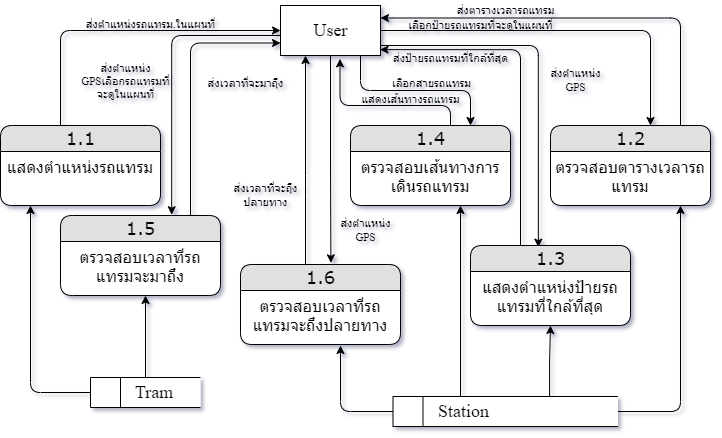
The draw.io diagram Software_analysis/data_flow-1.drawio.png in Domineice/Tram_tracking_draft, before a commit. Source tidied: cells renumbered, new cells last; positions are measured from the earlier drawing's top-left corner, leaving out a move shared by most shapes. Its diagram source:
```xml
<mxGraphModel>
  <root>
    <mxCell id="0" />
    <mxCell id="1" parent="0" />
    <mxCell id="2" style="edgeStyle=orthogonalEdgeStyle;rounded=1;jettySize=auto;html=1;entryX=0.625;entryY=0;entryDx=0;entryDy=0;entryPerimeter=0;fontFamily=Times New Roman;fontSize=14;" parent="1" edge="1" source="7" target="20">
      <mxGeometry relative="1" as="geometry" />
    </mxCell>
    <mxCell id="3" style="edgeStyle=orthogonalEdgeStyle;rounded=1;jettySize=auto;html=1;entryX=0.424;entryY=0.021;entryDx=0;entryDy=0;fontFamily=Times New Roman;fontSize=11;entryPerimeter=0;" parent="1" edge="1" source="7" target="26">
      <mxGeometry relative="1" as="geometry">
        <Array as="points">
          <mxPoint x="538" y="45" />
        </Array>
      </mxGeometry>
    </mxCell>
    <mxCell id="4" style="edgeStyle=orthogonalEdgeStyle;rounded=1;jettySize=auto;html=1;entryX=0.75;entryY=0;entryDx=0;entryDy=0;fontFamily=Times New Roman;fontSize=11;" parent="1" edge="1" source="7" target="31">
      <mxGeometry relative="1" as="geometry">
        <Array as="points">
          <mxPoint x="360" y="90" />
          <mxPoint x="470" y="90" />
        </Array>
      </mxGeometry>
    </mxCell>
    <mxCell id="5" style="edgeStyle=orthogonalEdgeStyle;rounded=1;jettySize=auto;html=1;entryX=0.695;entryY=-0.01;entryDx=0;entryDy=0;entryPerimeter=0;fontFamily=Times New Roman;fontSize=11;" parent="1" edge="1" source="7" target="36">
      <mxGeometry relative="1" as="geometry">
        <Array as="points">
          <mxPoint x="171" y="35" />
        </Array>
      </mxGeometry>
    </mxCell>
    <mxCell id="6" style="edgeStyle=orthogonalEdgeStyle;rounded=1;jettySize=auto;html=1;entryX=0.565;entryY=-0.021;entryDx=0;entryDy=0;entryPerimeter=0;fontFamily=Times New Roman;fontSize=11;" parent="1" edge="1" source="7" target="41">
      <mxGeometry relative="1" as="geometry" />
    </mxCell>
    <mxCell id="7" value="User" style="html=1;dashed=0;whitespace=wrap;fontFamily=Times New Roman;fontSize=18;align=center;" parent="1" vertex="1">
      <mxGeometry x="280" y="5" width="100" height="50" as="geometry" />
    </mxCell>
    <mxCell id="8" style="edgeStyle=orthogonalEdgeStyle;rounded=1;jettySize=auto;html=1;fontFamily=Times New Roman;fontSize=18;" parent="1" edge="1" source="10">
      <mxGeometry relative="1" as="geometry">
        <mxPoint x="30" y="205" as="targetPoint" />
      </mxGeometry>
    </mxCell>
    <mxCell id="9" style="edgeStyle=orthogonalEdgeStyle;rounded=0;jettySize=auto;html=1;" parent="1" edge="1" source="10">
      <mxGeometry relative="1" as="geometry">
        <mxPoint x="145" y="295" as="targetPoint" />
      </mxGeometry>
    </mxCell>
    <mxCell id="10" value="&lt;blockquote style=&quot;margin: 0 0 0 40px ; border: none ; padding: 0px&quot;&gt;Tram&lt;/blockquote&gt;" style="html=1;dashed=0;whitespace=wrap;shape=mxgraph.dfd.dataStoreID;align=left;spacingLeft=3;points=[[0,0],[0.5,0],[1,0],[0,0.5],[1,0.5],[0,1],[0.5,1],[1,1]];fontFamily=Times New Roman;fontSize=18;" parent="1" vertex="1">
      <mxGeometry x="90" y="377" width="110" height="30" as="geometry" />
    </mxCell>
    <mxCell id="11" style="edgeStyle=orthogonalEdgeStyle;rounded=1;jettySize=auto;html=1;fontFamily=Times New Roman;fontSize=14;" parent="1" edge="1" source="15">
      <mxGeometry relative="1" as="geometry">
        <mxPoint x="680" y="205" as="targetPoint" />
      </mxGeometry>
    </mxCell>
    <mxCell id="12" style="edgeStyle=orthogonalEdgeStyle;rounded=1;jettySize=auto;html=1;fontFamily=Times New Roman;fontSize=11;" parent="1" edge="1" source="15">
      <mxGeometry relative="1" as="geometry">
        <mxPoint x="460" y="205" as="targetPoint" />
        <Array as="points">
          <mxPoint x="460" y="425" />
          <mxPoint x="460" y="425" />
        </Array>
      </mxGeometry>
    </mxCell>
    <mxCell id="13" style="edgeStyle=orthogonalEdgeStyle;rounded=1;jettySize=auto;html=1;fontFamily=Times New Roman;fontSize=11;" parent="1" edge="1" source="15">
      <mxGeometry relative="1" as="geometry">
        <mxPoint x="340" y="345" as="targetPoint" />
      </mxGeometry>
    </mxCell>
    <mxCell id="14" style="edgeStyle=orthogonalEdgeStyle;rounded=0;jettySize=auto;html=1;exitX=0.696;exitY=0.067;exitDx=0;exitDy=0;exitPerimeter=0;" parent="1" edge="1" source="15">
      <mxGeometry relative="1" as="geometry">
        <mxPoint x="550" y="325" as="targetPoint" />
      </mxGeometry>
    </mxCell>
    <mxCell id="15" value="&lt;span&gt;&#9;&lt;/span&gt;&lt;blockquote style=&quot;margin: 0 0 0 40px ; border: none ; padding: 0px&quot;&gt;Station&lt;/blockquote&gt;" style="html=1;dashed=0;whitespace=wrap;shape=mxgraph.dfd.dataStoreID;align=left;spacingLeft=3;points=[[0,0],[0.5,0],[1,0],[0,0.5],[1,0.5],[0,1],[0.5,1],[1,1]];fontFamily=Times New Roman;fontSize=18;" parent="1" vertex="1">
      <mxGeometry x="392.5" y="396" width="225" height="30" as="geometry" />
    </mxCell>
    <mxCell id="16" style="edgeStyle=orthogonalEdgeStyle;rounded=1;jettySize=auto;html=1;entryX=0;entryY=0.5;entryDx=0;entryDy=0;fontFamily=Times New Roman;fontSize=11;" parent="1" edge="1" source="17" target="7">
      <mxGeometry relative="1" as="geometry">
        <Array as="points">
          <mxPoint x="60" y="30" />
        </Array>
      </mxGeometry>
    </mxCell>
    <mxCell id="17" value="&lt;font style=&quot;font-size: 18px&quot;&gt;1.1&lt;br&gt;&lt;/font&gt;" style="swimlane;html=1;fontStyle=0;horizontal=1;startSize=26;fillColor=#e0e0e0;swimlaneFillColor=#ffffff;align=center;rounded=1;shadow=0;comic=0;labelBackgroundColor=none;strokeWidth=1;fontFamily=Verdana;fontSize=12;" parent="1" vertex="1">
      <mxGeometry y="125" width="160" height="80" as="geometry" />
    </mxCell>
    <mxCell id="18" value="&lt;span style=&quot;font-size: 16px&quot;&gt;แสดงตำแหน่งรถแทรม&lt;/span&gt;" style="text;html=1;strokeColor=none;fillColor=none;spacingLeft=4;spacingRight=4;whiteSpace=wrap;overflow=hidden;align=center;" parent="17" vertex="1">
      <mxGeometry y="26" width="160" height="44" as="geometry" />
    </mxCell>
    <mxCell id="19" style="edgeStyle=orthogonalEdgeStyle;rounded=1;jettySize=auto;html=1;entryX=1;entryY=0.25;entryDx=0;entryDy=0;fontFamily=Times New Roman;fontSize=14;" parent="1" edge="1" source="20" target="7">
      <mxGeometry relative="1" as="geometry">
        <Array as="points">
          <mxPoint x="680" y="18" />
        </Array>
      </mxGeometry>
    </mxCell>
    <mxCell id="20" value="&lt;font style=&quot;font-size: 18px&quot;&gt;1.2&lt;br&gt;&lt;/font&gt;" style="swimlane;html=1;fontStyle=0;horizontal=1;startSize=26;fillColor=#e0e0e0;swimlaneFillColor=#ffffff;align=center;rounded=1;shadow=0;comic=0;labelBackgroundColor=none;strokeWidth=1;fontFamily=Verdana;fontSize=12;" parent="1" vertex="1">
      <mxGeometry x="550" y="125" width="160" height="80" as="geometry" />
    </mxCell>
    <mxCell id="21" value="&lt;span style=&quot;font-size: 16px&quot;&gt;ตรวจสอบตารางเวลารถแทรม&lt;/span&gt;" style="text;html=1;strokeColor=none;fillColor=none;spacingLeft=4;spacingRight=4;whiteSpace=wrap;overflow=hidden;align=center;" parent="20" vertex="1">
      <mxGeometry y="26" width="160" height="44" as="geometry" />
    </mxCell>
    <mxCell id="22" value="&lt;font style=&quot;font-size: 11px&quot;&gt;ส่งตารางเวลารถแทรม&lt;/font&gt;" style="text;html=1;align=center;verticalAlign=middle;strokeColor=none;fillColor=none;fontSize=14;fontFamily=Times New Roman;" parent="1" vertex="1">
      <mxGeometry x="450" width="110" height="20" as="geometry" />
    </mxCell>
    <mxCell id="23" value="&lt;font style=&quot;font-size: 11px&quot;&gt;เลือกป้ายรถแทรมที่จะดูในแผนที่&lt;/font&gt;" style="text;html=1;align=center;verticalAlign=middle;strokeColor=none;fillColor=none;fontSize=14;fontFamily=Times New Roman;" parent="1" vertex="1">
      <mxGeometry x="400" y="15" width="160" height="20" as="geometry" />
    </mxCell>
    <mxCell id="24" value="&lt;font style=&quot;font-size: 11px&quot;&gt;ส่งตำแหน่งรถแทรม.ในแผนที่&lt;/font&gt;" style="text;html=1;align=center;verticalAlign=middle;strokeColor=none;fillColor=none;fontSize=14;fontFamily=Times New Roman;" parent="1" vertex="1">
      <mxGeometry x="80" y="14" width="140" height="20" as="geometry" />
    </mxCell>
    <mxCell id="25" style="edgeStyle=orthogonalEdgeStyle;rounded=1;jettySize=auto;html=1;entryX=0.995;entryY=0.883;entryDx=0;entryDy=0;entryPerimeter=0;fontFamily=Times New Roman;fontSize=11;" parent="1" edge="1" source="26" target="7">
      <mxGeometry relative="1" as="geometry">
        <Array as="points">
          <mxPoint x="520" y="49" />
        </Array>
      </mxGeometry>
    </mxCell>
    <mxCell id="26" value="&lt;font style=&quot;font-size: 18px&quot;&gt;1.3&lt;br&gt;&lt;/font&gt;" style="swimlane;html=1;fontStyle=0;horizontal=1;startSize=26;fillColor=#e0e0e0;swimlaneFillColor=#ffffff;align=center;rounded=1;shadow=0;comic=0;labelBackgroundColor=none;strokeWidth=1;fontFamily=Verdana;fontSize=12;" parent="1" vertex="1">
      <mxGeometry x="470" y="245" width="160" height="80" as="geometry" />
    </mxCell>
    <mxCell id="27" value="&lt;span style=&quot;font-size: 16px&quot;&gt;แสดงตำแหน่งป้ายรถแทรมที่ใกล้ที่สุด&lt;/span&gt;" style="text;html=1;strokeColor=none;fillColor=none;spacingLeft=4;spacingRight=4;whiteSpace=wrap;overflow=hidden;align=center;" parent="26" vertex="1">
      <mxGeometry y="26" width="160" height="44" as="geometry" />
    </mxCell>
    <mxCell id="28" value="ส่งตำแหน่ง&lt;br&gt;GPS" style="text;html=1;align=center;verticalAlign=middle;strokeColor=none;fillColor=none;fontSize=11;fontFamily=Times New Roman;" parent="1" vertex="1">
      <mxGeometry x="540" y="65" width="70" height="30" as="geometry" />
    </mxCell>
    <mxCell id="29" value="&lt;font style=&quot;font-size: 11px&quot;&gt;ส่งป้ายรถแทรมที่ใกล้ที่สุด&lt;/font&gt;" style="text;html=1;align=center;verticalAlign=middle;strokeColor=none;fillColor=none;fontSize=14;fontFamily=Times New Roman;" parent="1" vertex="1">
      <mxGeometry x="385" y="48" width="130" height="20" as="geometry" />
    </mxCell>
    <mxCell id="30" style="edgeStyle=orthogonalEdgeStyle;rounded=1;jettySize=auto;html=1;entryX=0.595;entryY=1.067;entryDx=0;entryDy=0;entryPerimeter=0;fontFamily=Times New Roman;fontSize=11;" parent="1" edge="1" source="31" target="7">
      <mxGeometry relative="1" as="geometry">
        <Array as="points">
          <mxPoint x="450" y="105" />
          <mxPoint x="340" y="105" />
        </Array>
      </mxGeometry>
    </mxCell>
    <mxCell id="31" value="&lt;font style=&quot;font-size: 18px&quot;&gt;1.4&lt;br&gt;&lt;/font&gt;" style="swimlane;html=1;fontStyle=0;horizontal=1;startSize=26;fillColor=#e0e0e0;swimlaneFillColor=#ffffff;align=center;rounded=1;shadow=0;comic=0;labelBackgroundColor=none;strokeWidth=1;fontFamily=Verdana;fontSize=12;" parent="1" vertex="1">
      <mxGeometry x="350" y="125" width="160" height="80" as="geometry" />
    </mxCell>
    <mxCell id="32" value="&lt;span style=&quot;font-size: 16px&quot;&gt;ตรวจสอบเส้นทางการเดินรถแทรม&lt;/span&gt;" style="text;html=1;strokeColor=none;fillColor=none;spacingLeft=4;spacingRight=4;whiteSpace=wrap;overflow=hidden;align=center;" parent="31" vertex="1">
      <mxGeometry y="26" width="160" height="44" as="geometry" />
    </mxCell>
    <mxCell id="33" value="&lt;font style=&quot;font-size: 11px&quot;&gt;เลือกสายรถแทรม&lt;/font&gt;" style="text;html=1;align=center;verticalAlign=middle;strokeColor=none;fillColor=none;fontSize=14;fontFamily=Times New Roman;" parent="1" vertex="1">
      <mxGeometry x="386" y="73" width="90" height="20" as="geometry" />
    </mxCell>
    <mxCell id="34" value="&lt;span style=&quot;font-size: 11px&quot;&gt;แสดงเส้นทางรถแทรม&lt;/span&gt;" style="text;html=1;align=center;verticalAlign=middle;strokeColor=none;fillColor=none;fontSize=14;fontFamily=Times New Roman;" parent="1" vertex="1">
      <mxGeometry x="355" y="89" width="110" height="20" as="geometry" />
    </mxCell>
    <mxCell id="35" style="edgeStyle=orthogonalEdgeStyle;rounded=1;jettySize=auto;html=1;fontFamily=Times New Roman;fontSize=11;entryX=0;entryY=0.75;entryDx=0;entryDy=0;" parent="1" edge="1" source="36" target="7">
      <mxGeometry relative="1" as="geometry">
        <Array as="points">
          <mxPoint x="190" y="43" />
        </Array>
      </mxGeometry>
    </mxCell>
    <mxCell id="36" value="&lt;font style=&quot;font-size: 18px&quot;&gt;1.5&lt;br&gt;&lt;/font&gt;" style="swimlane;html=1;fontStyle=0;horizontal=1;startSize=26;fillColor=#e0e0e0;swimlaneFillColor=#ffffff;align=center;rounded=1;shadow=0;comic=0;labelBackgroundColor=none;strokeWidth=1;fontFamily=Verdana;fontSize=12;" parent="1" vertex="1">
      <mxGeometry x="60" y="215" width="160" height="80" as="geometry" />
    </mxCell>
    <mxCell id="37" value="&lt;span style=&quot;font-size: 16px&quot;&gt;ตรวจสอบเวลาที่รถ&lt;br&gt;แทรมจะมาถึง&lt;/span&gt;" style="text;html=1;strokeColor=none;fillColor=none;spacingLeft=4;spacingRight=4;whiteSpace=wrap;overflow=hidden;align=center;" parent="36" vertex="1">
      <mxGeometry y="26" width="160" height="44" as="geometry" />
    </mxCell>
    <mxCell id="38" value="ส่งตำแหน่ง&lt;br&gt;GPSเลือกรถแทรมที่&lt;br&gt;จะดูในแผนที่" style="text;html=1;align=center;verticalAlign=middle;strokeColor=none;fillColor=none;fontSize=11;fontFamily=Times New Roman;" parent="1" vertex="1">
      <mxGeometry x="75" y="61" width="100" height="40" as="geometry" />
    </mxCell>
    <mxCell id="39" value="ส่งเวลาที่จะมาถุึง" style="text;html=1;align=center;verticalAlign=middle;strokeColor=none;fillColor=none;fontSize=11;fontFamily=Times New Roman;" parent="1" vertex="1">
      <mxGeometry x="200" y="73" width="90" height="20" as="geometry" />
    </mxCell>
    <mxCell id="40" style="edgeStyle=orthogonalEdgeStyle;rounded=1;jettySize=auto;html=1;entryX=0.25;entryY=1;entryDx=0;entryDy=0;fontFamily=Times New Roman;fontSize=11;" parent="1" edge="1" source="41" target="7">
      <mxGeometry relative="1" as="geometry">
        <Array as="points">
          <mxPoint x="305" y="185" />
          <mxPoint x="305" y="185" />
        </Array>
      </mxGeometry>
    </mxCell>
    <mxCell id="41" value="&lt;font style=&quot;font-size: 18px&quot;&gt;1.6&lt;br&gt;&lt;/font&gt;" style="swimlane;html=1;fontStyle=0;horizontal=1;startSize=26;fillColor=#e0e0e0;swimlaneFillColor=#ffffff;align=center;rounded=1;shadow=0;comic=0;labelBackgroundColor=none;strokeWidth=1;fontFamily=Verdana;fontSize=12;" parent="1" vertex="1">
      <mxGeometry x="240" y="264" width="160" height="80" as="geometry" />
    </mxCell>
    <mxCell id="42" value="&lt;span style=&quot;font-size: 16px&quot;&gt;ตรวจสอบเวลาที่รถ&lt;br&gt;แทรมจะถึงปลายทาง&lt;/span&gt;" style="text;html=1;strokeColor=none;fillColor=none;spacingLeft=4;spacingRight=4;whiteSpace=wrap;overflow=hidden;align=center;" parent="41" vertex="1">
      <mxGeometry y="26" width="160" height="44" as="geometry" />
    </mxCell>
    <mxCell id="43" value="ส่งตำแหน่ง&lt;br&gt;GPS" style="text;html=1;align=center;verticalAlign=middle;strokeColor=none;fillColor=none;fontSize=11;fontFamily=Times New Roman;" parent="1" vertex="1">
      <mxGeometry x="330" y="215" width="70" height="30" as="geometry" />
    </mxCell>
    <mxCell id="44" value="ส่งเวลาที่จะถุึง&lt;br&gt;ปลายทาง" style="text;html=1;align=center;verticalAlign=middle;strokeColor=none;fillColor=none;fontSize=11;fontFamily=Times New Roman;" parent="1" vertex="1">
      <mxGeometry x="225" y="180" width="80" height="30" as="geometry" />
    </mxCell>
  </root>
</mxGraphModel>
```
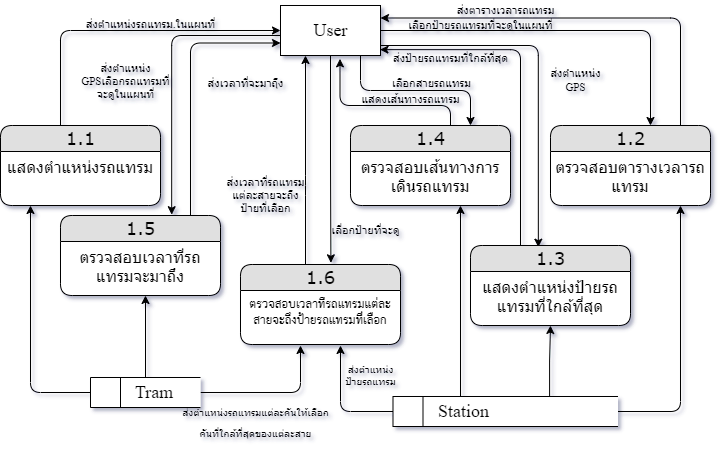
The same diagram one commit later.

Commit message:
Data flow

The edit, as a diff of the source:
```diff
@@ -43,6 +43,11 @@
         <mxPoint x="145" y="295" as="targetPoint" />
       </mxGeometry>
     </mxCell>
+    <mxCell id="45" style="edgeStyle=orthogonalEdgeStyle;rounded=1;jettySize=auto;html=1;fontSize=17;" parent="1" edge="1" source="10">
+      <mxGeometry relative="1" as="geometry">
+        <mxPoint x="300" y="345" as="targetPoint" />
+      </mxGeometry>
+    </mxCell>
     <mxCell id="10" value="&lt;blockquote style=&quot;margin: 0 0 0 40px ; border: none ; padding: 0px&quot;&gt;Tram&lt;/blockquote&gt;" style="html=1;dashed=0;whitespace=wrap;shape=mxgraph.dfd.dataStoreID;align=left;spacingLeft=3;points=[[0,0],[0.5,0],[1,0],[0,0.5],[1,0.5],[0,1],[0.5,1],[1,1]];fontFamily=Times New Roman;fontSize=18;" parent="1" vertex="1">
       <mxGeometry x="90" y="377" width="110" height="30" as="geometry" />
     </mxCell>
@@ -177,14 +182,20 @@
     <mxCell id="41" value="&lt;font style=&quot;font-size: 18px&quot;&gt;1.6&lt;br&gt;&lt;/font&gt;" style="swimlane;html=1;fontStyle=0;horizontal=1;startSize=26;fillColor=#e0e0e0;swimlaneFillColor=#ffffff;align=center;rounded=1;shadow=0;comic=0;labelBackgroundColor=none;strokeWidth=1;fontFamily=Verdana;fontSize=12;" parent="1" vertex="1">
       <mxGeometry x="240" y="264" width="160" height="80" as="geometry" />
     </mxCell>
-    <mxCell id="42" value="&lt;span style=&quot;font-size: 16px&quot;&gt;ตรวจสอบเวลาที่รถ&lt;br&gt;แทรมจะถึงปลายทาง&lt;/span&gt;" style="text;html=1;strokeColor=none;fillColor=none;spacingLeft=4;spacingRight=4;whiteSpace=wrap;overflow=hidden;align=center;" parent="41" vertex="1">
+    <mxCell id="42" value="&lt;b&gt;&lt;span lang=&quot;TH&quot; style=&quot;line-height: 107% ; font-family: &amp;#34;th sarabun new&amp;#34; , sans-serif&quot;&gt;&lt;font style=&quot;font-size: 17px&quot;&gt;ตรวจสอบเวลาที่รถแทรมแต่ละสายจะถึงป้ายรถแทรมที่เลือก&lt;/font&gt;&lt;/span&gt;&lt;/b&gt;" style="text;html=1;strokeColor=none;fillColor=none;spacingLeft=4;spacingRight=4;whiteSpace=wrap;overflow=hidden;align=center;" parent="41" vertex="1">
       <mxGeometry y="26" width="160" height="44" as="geometry" />
     </mxCell>
-    <mxCell id="43" value="ส่งตำแหน่ง&lt;br&gt;GPS" style="text;html=1;align=center;verticalAlign=middle;strokeColor=none;fillColor=none;fontSize=11;fontFamily=Times New Roman;" parent="1" vertex="1">
-      <mxGeometry x="330" y="215" width="70" height="30" as="geometry" />
+    <mxCell id="43" value="เลื่อกป้ายที่จะดู" style="text;html=1;align=center;verticalAlign=middle;strokeColor=none;fillColor=none;fontSize=11;fontFamily=Times New Roman;" parent="1" vertex="1">
+      <mxGeometry x="325" y="220" width="80" height="20" as="geometry" />
     </mxCell>
-    <mxCell id="44" value="ส่งเวลาที่จะถุึง&lt;br&gt;ปลายทาง" style="text;html=1;align=center;verticalAlign=middle;strokeColor=none;fillColor=none;fontSize=11;fontFamily=Times New Roman;" parent="1" vertex="1">
-      <mxGeometry x="225" y="180" width="80" height="30" as="geometry" />
+    <mxCell id="44" value="ส่งเวลาที่รถแทรม&lt;br&gt;แต่ละสายจะถึง&lt;br&gt;ป้ายที่เลือก" style="text;html=1;align=center;verticalAlign=middle;strokeColor=none;fillColor=none;fontSize=11;fontFamily=Times New Roman;" parent="1" vertex="1">
+      <mxGeometry x="220" y="175" width="90" height="40" as="geometry" />
     </mxCell>
+    <mxCell id="46" value="&lt;font style=&quot;font-size: 10px&quot;&gt;ส่งตำแหน่งรถแทรมแต่ละคันให้เลือก&lt;br&gt;คันที่ใกล้ที่สุดของแต่ละสาย&lt;/font&gt;" style="text;html=1;align=center;verticalAlign=middle;strokeColor=none;fillColor=none;fontSize=17;" parent="1" vertex="1">
+      <mxGeometry x="175" y="396" width="160" height="50" as="geometry" />
+    </mxCell>
+    <mxCell id="47" value="ส่งตำแหน่ง&lt;br&gt;ป้ายรถแทรม" style="text;html=1;align=center;verticalAlign=middle;strokeColor=none;fillColor=none;fontSize=10;" parent="1" vertex="1">
+      <mxGeometry x="335" y="360" width="70" height="30" as="geometry" />
+    </mxCell>
   </root>
 </mxGraphModel>
```
